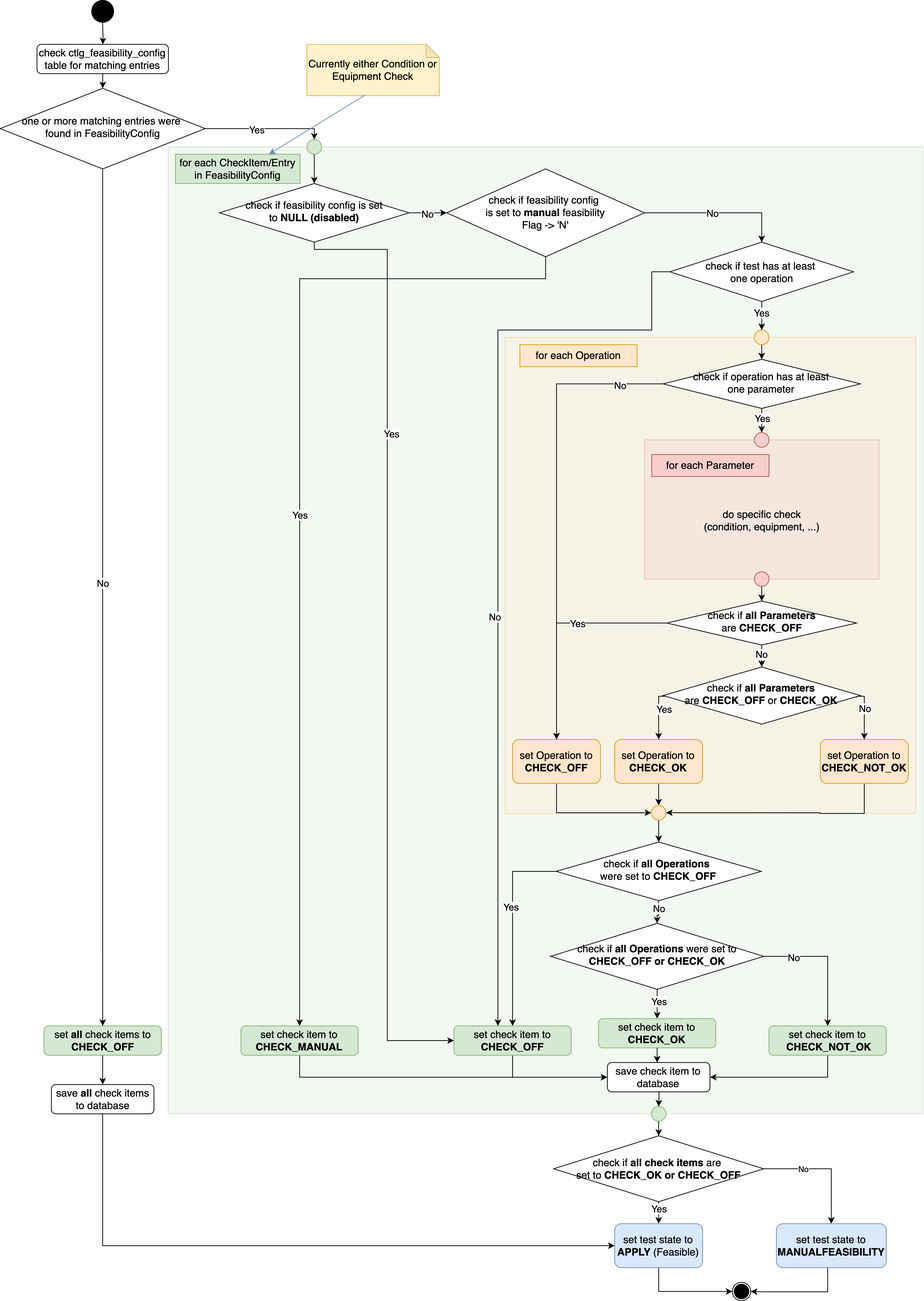
The draw.io diagram bilder/flowchart-feasibilitycheck-modiefied-for-thesis-6-2.png in BenDektor/FeasibilityCheck, before a commit. Source tidied: cells renumbered, new cells last; positions are measured from the earlier drawing's top-left corner, leaving out a move shared by most shapes.
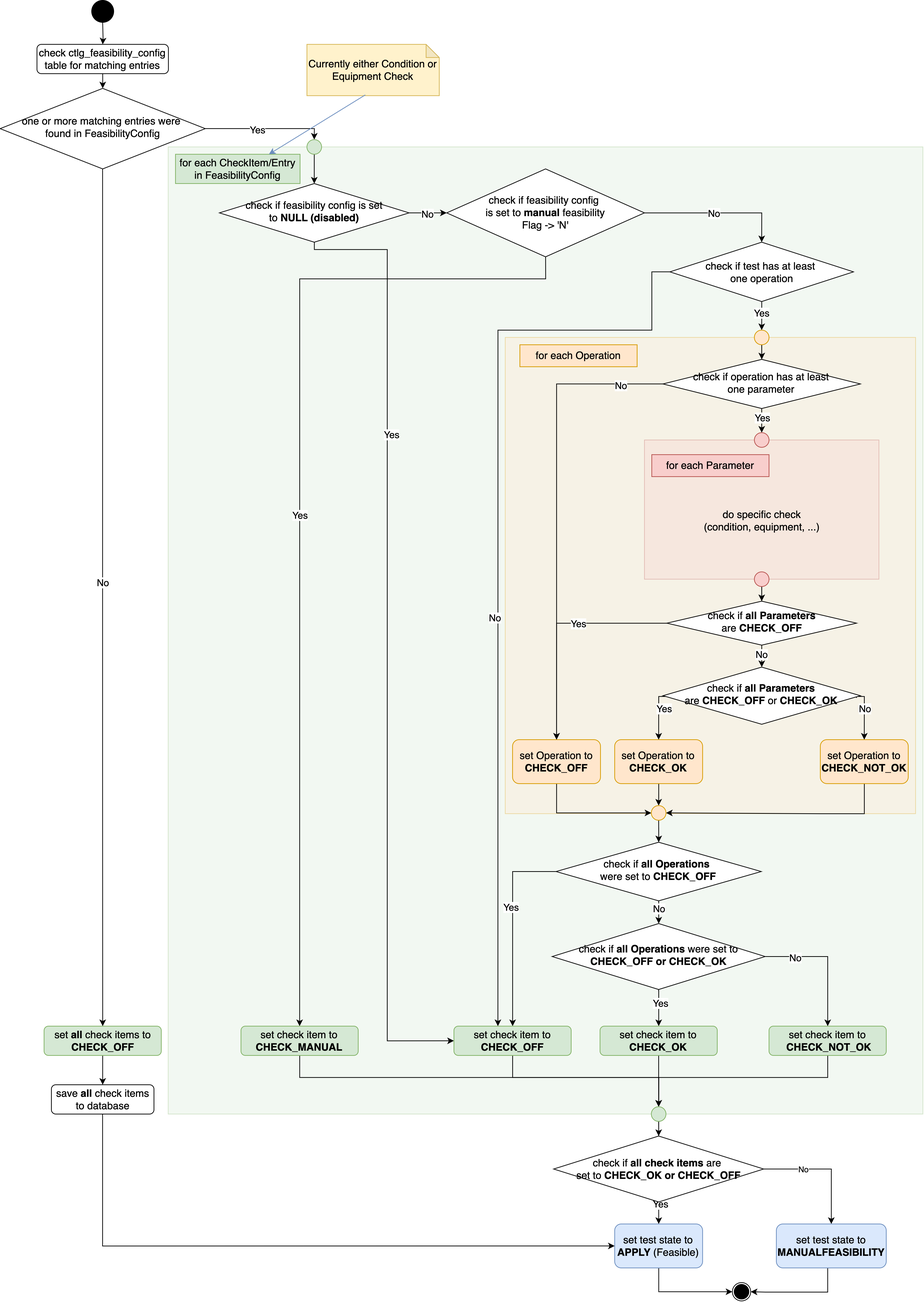
Later version of the same file.

What changed in the source:
```diff
@@ -131,13 +131,14 @@
     <mxCell id="32" value="&lt;font style=&quot;font-size: 14px;&quot;&gt;check if feasibility config&amp;nbsp;&lt;/font&gt;&lt;div&gt;&lt;font style=&quot;font-size: 14px;&quot;&gt;is&amp;nbsp;&lt;span style=&quot;background-color: initial;&quot;&gt;set to &lt;b&gt;manual&amp;nbsp;&lt;/b&gt;feasibility&lt;/span&gt;&lt;/font&gt;&lt;/div&gt;&lt;div&gt;&lt;font style=&quot;font-size: 14px;&quot;&gt;Flag -&amp;gt; 'N'&lt;/font&gt;&lt;/div&gt;" style="rhombus;whiteSpace=wrap;html=1;" parent="1" vertex="1">
       <mxGeometry x="609.1" y="230" width="269.9" height="120" as="geometry" />
     </mxCell>
-    <mxCell id="33" style="edgeStyle=orthogonalEdgeStyle;rounded=0;jettySize=auto;html=1;entryX=0;entryY=0.5;entryDx=0;entryDy=0;" parent="1" edge="1" source="34" target="97">
-      <mxGeometry relative="1" as="geometry">
-        <Array as="points">
-          <mxPoint x="408" y="1470" />
-        </Array>
-      </mxGeometry>
-    </mxCell>
+    <mxCell id="102" style="edgeStyle=orthogonalEdgeStyle;rounded=0;jettySize=auto;html=1;entryX=0.5;entryY=0;entryDx=0;entryDy=0;" parent="1" edge="1" source="34" target="90">
+      <mxGeometry relative="1" as="geometry">
+        <Array as="points">
+          <mxPoint x="408" y="1470" />
+          <mxPoint x="898" y="1470" />
+        </Array>
+      </mxGeometry>
+    </mxCell>
     <mxCell id="34" value="&lt;font style=&quot;font-size: 14px;&quot;&gt;set&amp;nbsp;check item to &lt;b style=&quot;&quot;&gt;CHECK_MANUAL&lt;/b&gt;&lt;/font&gt;" style="rounded=1;whiteSpace=wrap;html=1;fontSize=12;glass=0;strokeWidth=1;shadow=0;fillColor=#d5e8d4;strokeColor=#82b366;" parent="1" vertex="1">
       <mxGeometry x="328.4" y="1400" width="160" height="40" as="geometry" />
     </mxCell>
@@ -228,20 +229,22 @@
     <mxCell id="56" value="&lt;font style=&quot;font-size: 14px;&quot;&gt;check if &lt;b style=&quot;&quot;&gt;all Operations&lt;/b&gt;&amp;nbsp;&lt;/font&gt;&lt;div&gt;&lt;font style=&quot;font-size: 14px;&quot;&gt;were set to &lt;b style=&quot;&quot;&gt;CHECK_OFF&lt;/b&gt;&lt;/font&gt;&lt;/div&gt;" style="rhombus;whiteSpace=wrap;html=1;shadow=0;fontFamily=Helvetica;fontSize=12;align=center;strokeWidth=1;spacing=6;spacingTop=-4;" parent="1" vertex="1">
       <mxGeometry x="758.4" y="1149" width="280" height="80" as="geometry" />
     </mxCell>
-    <mxCell id="57" style="edgeStyle=orthogonalEdgeStyle;rounded=0;jettySize=auto;html=1;entryX=0;entryY=0.5;entryDx=0;entryDy=0;" parent="1" edge="1" source="58" target="97">
-      <mxGeometry relative="1" as="geometry">
-        <Array as="points">
-          <mxPoint x="699" y="1470" />
-        </Array>
-      </mxGeometry>
-    </mxCell>
+    <mxCell id="103" style="edgeStyle=orthogonalEdgeStyle;rounded=0;jettySize=auto;html=1;entryX=0.5;entryY=0;entryDx=0;entryDy=0;" parent="1" edge="1" source="58" target="90">
+      <mxGeometry relative="1" as="geometry">
+        <Array as="points">
+          <mxPoint x="699" y="1470" />
+          <mxPoint x="898" y="1470" />
+        </Array>
+      </mxGeometry>
+    </mxCell>
     <mxCell id="58" value="&lt;font style=&quot;font-size: 14px;&quot;&gt;set&lt;b style=&quot;&quot;&gt;&amp;nbsp;&lt;/b&gt;check item to &lt;b style=&quot;&quot;&gt;CHECK_OFF&lt;/b&gt;&lt;/font&gt;" style="rounded=1;whiteSpace=wrap;html=1;fontSize=12;glass=0;strokeWidth=1;shadow=0;fillColor=#d5e8d4;strokeColor=#82b366;" parent="1" vertex="1">
       <mxGeometry x="619" y="1400" width="160" height="40" as="geometry" />
     </mxCell>
-    <mxCell id="59" style="edgeStyle=orthogonalEdgeStyle;rounded=0;jettySize=auto;html=1;entryX=1;entryY=0.5;entryDx=0;entryDy=0;" parent="1" edge="1" source="60" target="97">
+    <mxCell id="59" style="edgeStyle=orthogonalEdgeStyle;rounded=0;jettySize=auto;html=1;entryX=0.5;entryY=0;entryDx=0;entryDy=0;" parent="1" edge="1" source="60" target="90">
       <mxGeometry relative="1" as="geometry">
         <Array as="points">
           <mxPoint x="1129" y="1470" />
+          <mxPoint x="898" y="1470" />
         </Array>
       </mxGeometry>
     </mxCell>
@@ -353,10 +356,13 @@
       </mxGeometry>
     </mxCell>
     <mxCell id="87" value="&lt;font style=&quot;font-size: 14px;&quot;&gt;check if &lt;b style=&quot;&quot;&gt;all Operations&lt;/b&gt; were set to &lt;b style=&quot;&quot;&gt;CHECK_OFF or CHECK_OK&lt;/b&gt;&lt;/font&gt;" style="rhombus;whiteSpace=wrap;html=1;shadow=0;fontFamily=Helvetica;fontSize=12;align=center;strokeWidth=1;spacing=6;spacingTop=-4;" parent="1" vertex="1">
-      <mxGeometry x="751" y="1260" width="290.6" height="90" as="geometry" />
+      <mxGeometry x="753.1" y="1260" width="290.6" height="90" as="geometry" />
     </mxCell>
+    <mxCell id="104" style="edgeStyle=orthogonalEdgeStyle;rounded=0;jettySize=auto;html=1;entryX=0.5;entryY=0;entryDx=0;entryDy=0;" parent="1" edge="1" source="88" target="90">
+      <mxGeometry relative="1" as="geometry" />
+    </mxCell>
     <mxCell id="88" value="&lt;font style=&quot;font-size: 14px;&quot;&gt;set&lt;b style=&quot;&quot;&gt;&amp;nbsp;&lt;/b&gt;check item to &lt;b style=&quot;&quot;&gt;CHECK_OK&lt;/b&gt;&lt;/font&gt;" style="rounded=1;whiteSpace=wrap;html=1;fontSize=12;glass=0;strokeWidth=1;shadow=0;fillColor=#d5e8d4;strokeColor=#82b366;" parent="1" vertex="1">
-      <mxGeometry x="816.3" y="1390" width="160" height="40" as="geometry" />
+      <mxGeometry x="818.4" y="1400" width="160" height="40" as="geometry" />
     </mxCell>
     <mxCell id="89" style="edgeStyle=orthogonalEdgeStyle;rounded=0;jettySize=auto;html=1;entryX=0.5;entryY=0;entryDx=0;entryDy=0;" parent="1" edge="1" source="90" target="7">
       <mxGeometry relative="1" as="geometry" />
@@ -382,19 +388,6 @@
     <mxCell id="96" style="endArrow=classic;html=1;rounded=0;entryX=0.75;entryY=0;entryDx=0;entryDy=0;exitX=0.441;exitY=0.985;exitDx=0;exitDy=0;exitPerimeter=0;fillColor=#dae8fc;strokeColor=#6c8ebf;" parent="1" edge="1" source="95" target="24">
       <mxGeometry relative="1" as="geometry" />
     </mxCell>
-    <mxCell id="97" value="&lt;font style=&quot;font-size: 14px;&quot;&gt;save check item to database&lt;/font&gt;" style="rounded=1;whiteSpace=wrap;html=1;fontSize=12;glass=0;strokeWidth=1;shadow=0;" parent="1" vertex="1">
-      <mxGeometry x="828.4" y="1450" width="140" height="40" as="geometry" />
-    </mxCell>
-    <mxCell id="98" style="edgeStyle=orthogonalEdgeStyle;rounded=0;jettySize=auto;html=1;" parent="1" edge="1" source="88">
-      <mxGeometry relative="1" as="geometry">
-        <mxPoint x="896" y="1450" as="targetPoint" />
-      </mxGeometry>
-    </mxCell>
-    <mxCell id="99" style="endArrow=classic;html=1;rounded=0;entryX=0.5;entryY=0;entryDx=0;entryDy=0;" parent="1" edge="1" target="90">
-      <mxGeometry relative="1" as="geometry">
-        <mxPoint x="899" y="1490" as="sourcePoint" />
-      </mxGeometry>
-    </mxCell>
     <mxCell id="100" style="edgeStyle=orthogonalEdgeStyle;rounded=0;jettySize=auto;html=1;entryX=0;entryY=0.5;entryDx=0;entryDy=0;" parent="1" edge="1" source="101" target="9">
       <mxGeometry relative="1" as="geometry">
         <Array as="points">
```
